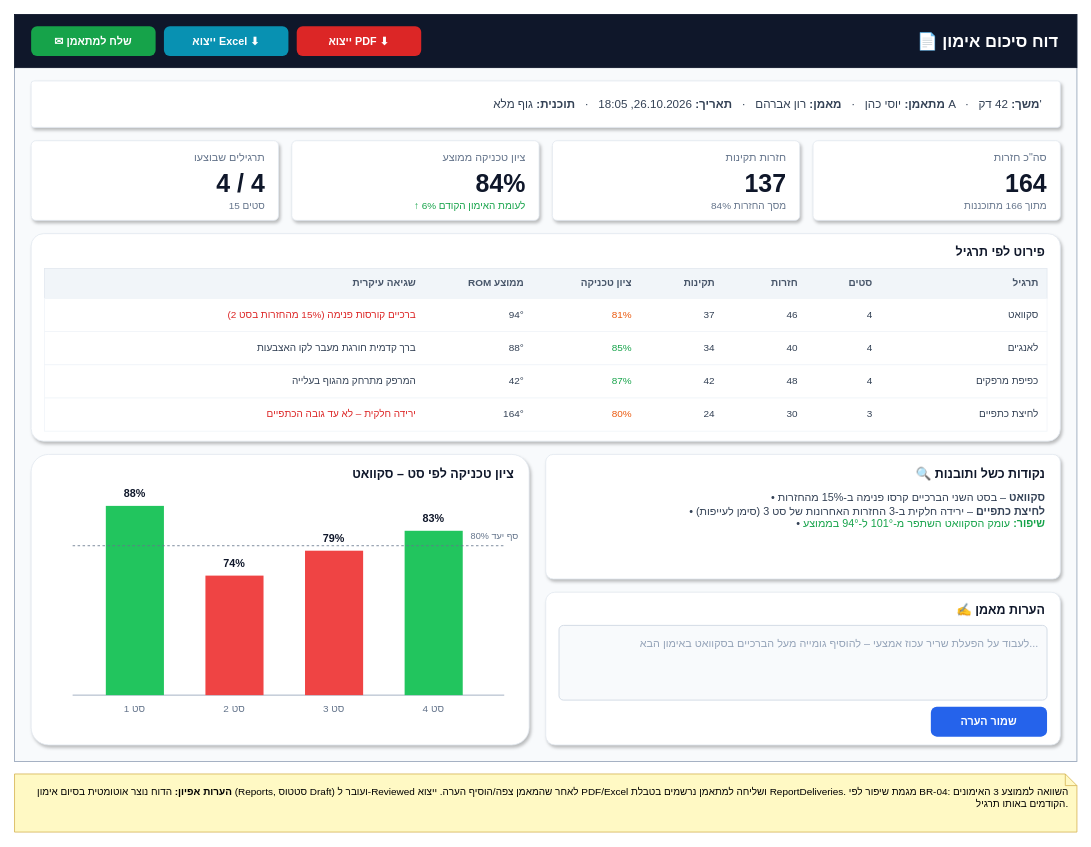
Before: page "מסך 5 – דוח סיכום אימון (מחשב)" (5 of 5) of diagrams/drawio/FitVision_Wireframes.drawio in yakov-ashgar27/fitvision-ai, a draw.io diagram. Source tidied: cells renumbered, new cells numbered last; positions are measured from the earlier drawing's top-left corner, leaving out a move shared by most shapes. Both pictures are drawn from the tidied source at 83%, with x=0, y=0 at pixel (14, 14).
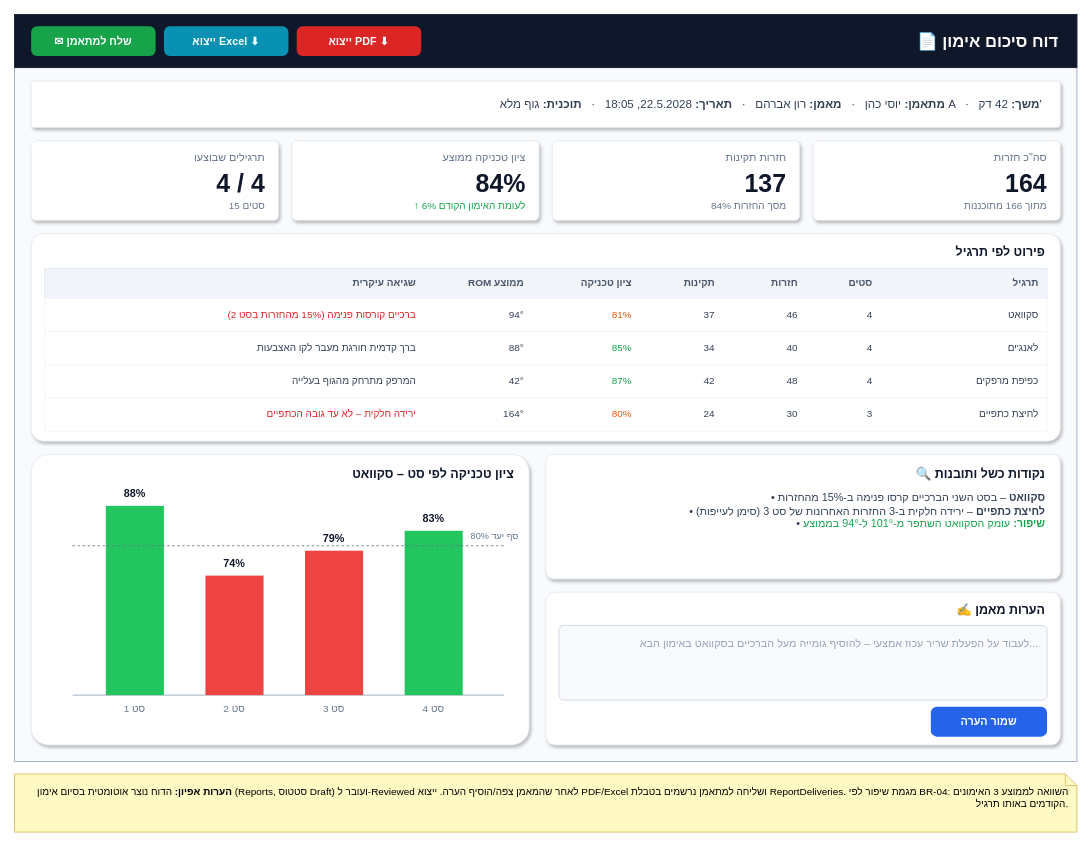
The same diagram, later.

Diff of the diagram source:
```diff
@@
-    <mxCell id="9" value="&lt;b&gt;מתאמן:&lt;/b&gt; יוסי כהן &amp;nbsp;&amp;nbsp;·&amp;nbsp;&amp;nbsp; &lt;b&gt;מאמן:&lt;/b&gt; רון אברהם &amp;nbsp;&amp;nbsp;·&amp;nbsp;&amp;nbsp; &lt;b&gt;תאריך:&lt;/b&gt; 26.10.2026, 18:05 &amp;nbsp;&amp;nbsp;·&amp;nbsp;&amp;nbsp; &lt;b&gt;תוכנית:&lt;/b&gt; גוף מלא A &amp;nbsp;&amp;nbsp;·&amp;nbsp;&amp;nbsp; &lt;b&gt;משך:&lt;/b&gt; 42 דק'" style="text;html=1;whiteSpace=wrap;fontSize=14;fontColor=#334155;align=right;verticalAlign=middle;" parent="1" vertex="1">
+    <mxCell id="9" value="&lt;b&gt;מתאמן:&lt;/b&gt; יוסי כהן &amp;nbsp;&amp;nbsp;·&amp;nbsp;&amp;nbsp; &lt;b&gt;מאמן:&lt;/b&gt; רון אברהם &amp;nbsp;&amp;nbsp;·&amp;nbsp;&amp;nbsp; &lt;b&gt;תאריך:&lt;/b&gt; 22.5.2028, 18:05 &amp;nbsp;&amp;nbsp;·&amp;nbsp;&amp;nbsp; &lt;b&gt;תוכנית:&lt;/b&gt; גוף מלא A &amp;nbsp;&amp;nbsp;·&amp;nbsp;&amp;nbsp; &lt;b&gt;משך:&lt;/b&gt; 42 דק'" style="text;html=1;whiteSpace=wrap;fontSize=14;fontColor=#334155;align=right;verticalAlign=middle;" parent="1" vertex="1">
       <mxGeometry x="40" y="80" width="1200" height="56" as="geometry" />
     </mxCell>
```
